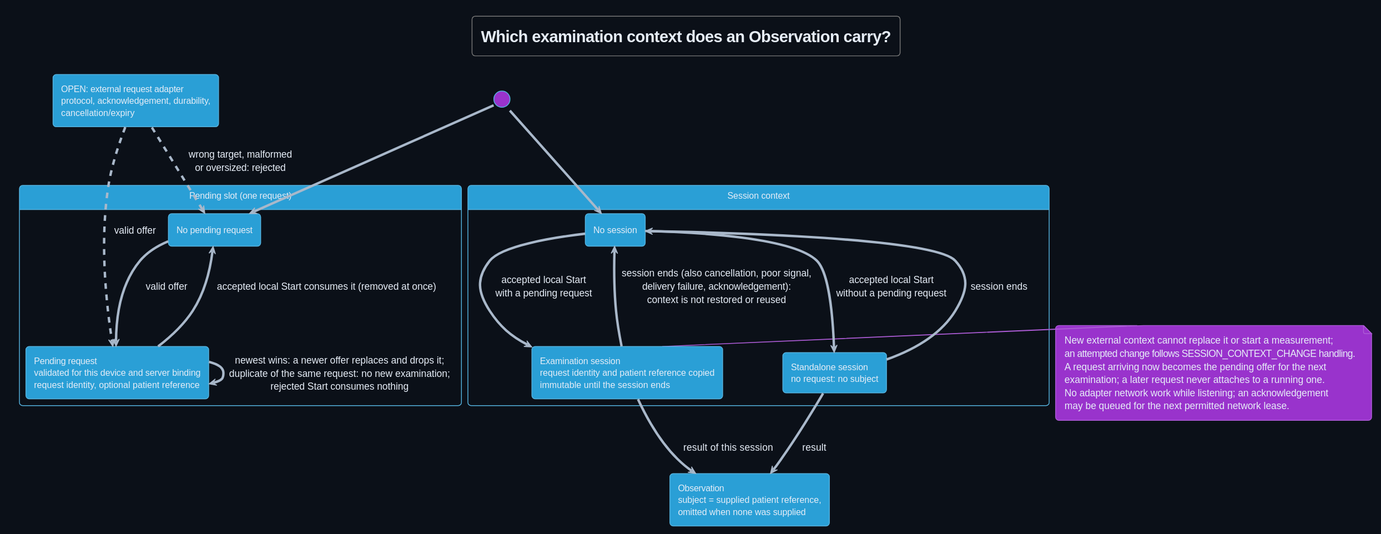
The PlantUML diagram Development/system/design/COMMUNICATION/rendered/examination_request_lifecycle.svg in DemonicPsychoII/DigitalStethoscope, before a commit.
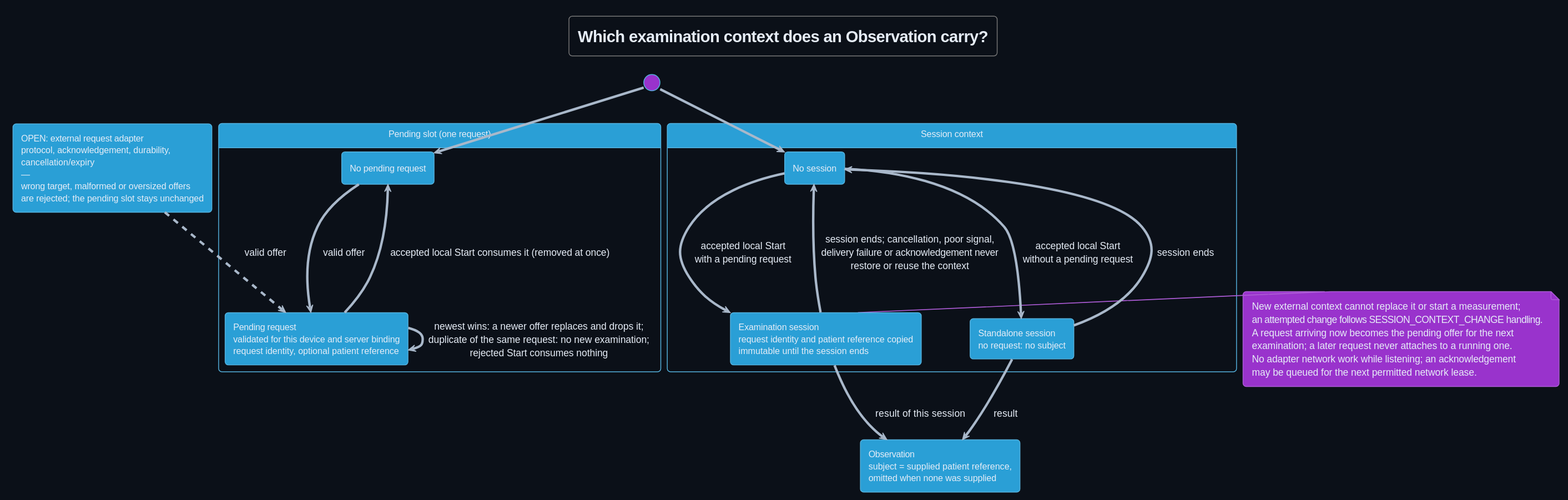
After the commit.

Change to the diagram source:
```diff
@@ -8,7 +8,7 @@
 !pragma layout smetana
 title Which examination context does an Observation carry?
 hide empty description
-state "OPEN: external request adapter\nprotocol, acknowledgement, durability,\ncancellation/expiry" as Adapter
+state "OPEN: external request adapter\nprotocol, acknowledgement, durability,\ncancellation/expiry\n—\nwrong target, malformed or oversized offers\nare rejected; the pending slot stays unchanged" as Adapter
 state "Pending slot (one request)" as Slot {
  state "No pending request" as Empty
  state "Pending request\nvalidated for this device and server binding\nrequest identity, optional patient reference" as Pending
@@ -20,7 +20,6 @@
 }
 state "Observation\nsubject = supplied patient reference,\nomitted when none was supplied" as Observation
 Adapter -[dashed]-> Pending : valid offer
-Adapter -[dashed]-> Empty : wrong target, malformed\nor oversized: rejected
 [*] --> Empty
 Empty --> Pending : valid offer
 Pending --> Pending : newest wins: a newer offer replaces and drops it;\nduplicate of the same request: no new examination;\nrejected Start consumes nothing
@@ -30,7 +29,7 @@
 NoSession --> Standalone : accepted local Start\nwithout a pending request
 Active --> Observation : result of this session
 Standalone --> Observation : result
-Active --> NoSession : session ends (also cancellation, poor signal,\ndelivery failure, acknowledgement):\ncontext is not restored or reused
+Active --> NoSession : session ends; cancellation, poor signal,\ndelivery failure or acknowledgement never\nrestore or reuse the context
 Standalone --> NoSession : session ends
 note right of Active
  New external context cannot replace it or start a measurement;
```
